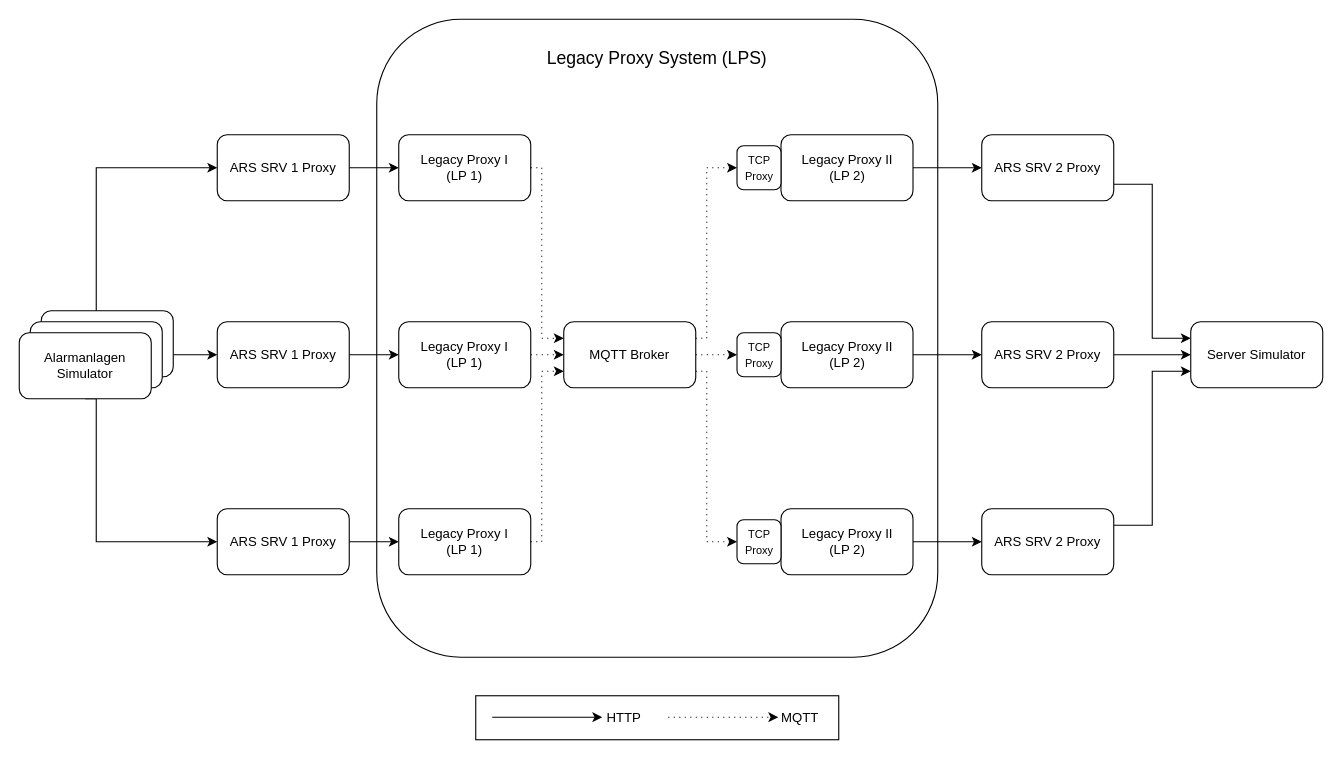
Earlier version of the draw.io diagram drawio/exp_lps.drawio (JadKHaddad/MT). Source tidied: cells renumbered, new cells numbered last; positions are measured from the earlier drawing's top-left corner, leaving out a move shared by most shapes. Both pictures are drawn from the tidied source at 110%, with x=0, y=0 at pixel (19, 19).
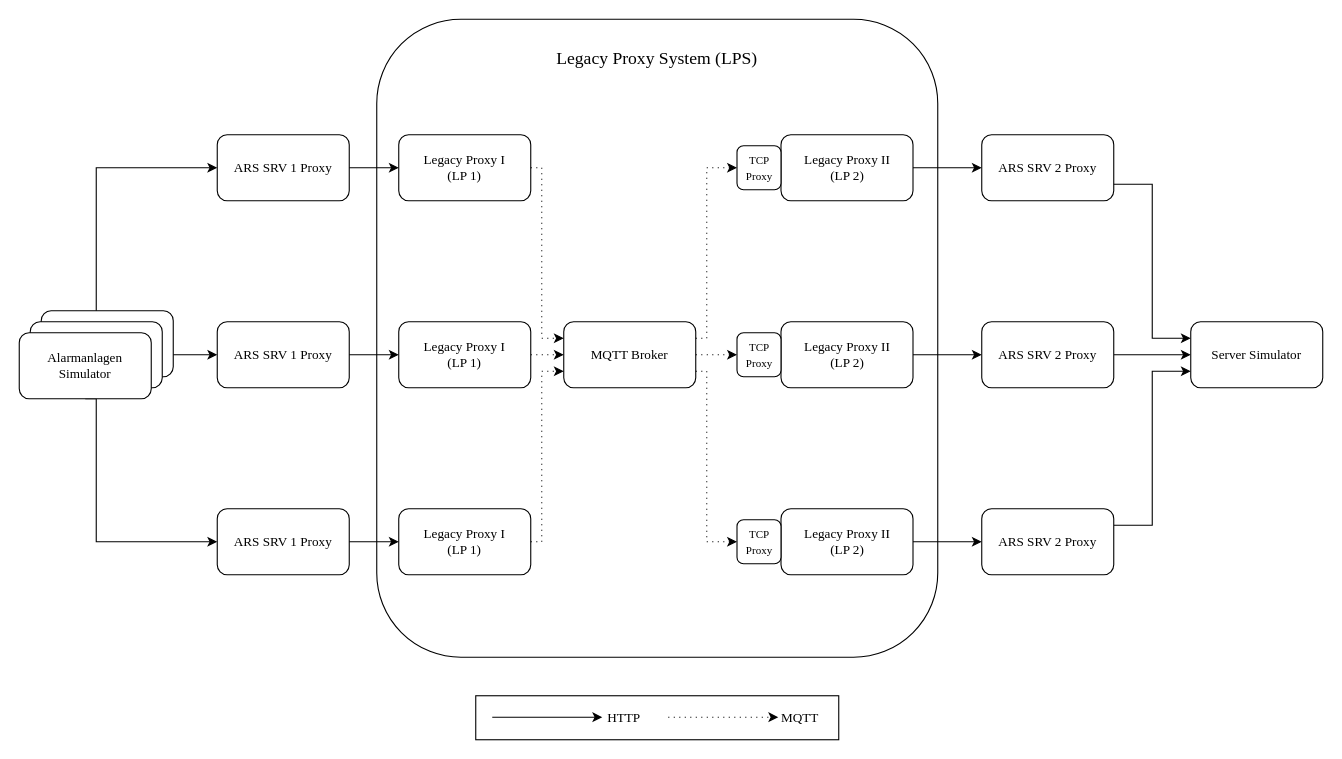
The same page after the edit.

Diff of the diagram source:
```diff
@@
-    <mxCell id="2" style="edgeStyle=orthogonalEdgeStyle;rounded=0;jettySize=auto;html=1;exitX=1;exitY=0.5;exitDx=0;exitDy=0;entryX=0;entryY=0.5;entryDx=0;entryDy=0;" parent="1" edge="1" source="6" target="14">
+    <mxCell id="2" style="edgeStyle=orthogonalEdgeStyle;rounded=0;jettySize=auto;html=1;exitX=1;exitY=0.5;exitDx=0;exitDy=0;entryX=0;entryY=0.5;entryDx=0;entryDy=0;fontFamily=Times New Roman;" parent="1" edge="1" source="6" target="14">
       <mxGeometry relative="1" as="geometry" />
     </mxCell>
-    <mxCell id="3" style="edgeStyle=orthogonalEdgeStyle;rounded=0;jettySize=auto;html=1;exitX=0.5;exitY=0;exitDx=0;exitDy=0;entryX=0;entryY=0.5;entryDx=0;entryDy=0;" parent="1" edge="1" source="6" target="8">
+    <mxCell id="3" style="edgeStyle=orthogonalEdgeStyle;rounded=0;jettySize=auto;html=1;exitX=0.5;exitY=0;exitDx=0;exitDy=0;entryX=0;entryY=0.5;entryDx=0;entryDy=0;fontFamily=Times New Roman;" parent="1" edge="1" source="6" target="8">
       <mxGeometry relative="1" as="geometry" />
     </mxCell>
-    <mxCell id="4" style="rounded=1;whiteSpace=wrap;html=1;" parent="1" vertex="1">
+    <mxCell id="4" style="rounded=1;whiteSpace=wrap;html=1;fontFamily=Times New Roman;" parent="1" vertex="1">
       <mxGeometry x="20" y="265" width="120" height="60" as="geometry" />
     </mxCell>
-    <mxCell id="5" style="edgeStyle=orthogonalEdgeStyle;rounded=0;jettySize=auto;html=1;entryX=0;entryY=0.5;entryDx=0;entryDy=0;exitX=0.5;exitY=1;exitDx=0;exitDy=0;" parent="1" edge="1" source="7" target="12">
+    <mxCell id="5" style="edgeStyle=orthogonalEdgeStyle;rounded=0;jettySize=auto;html=1;entryX=0;entryY=0.5;entryDx=0;entryDy=0;exitX=0.5;exitY=1;exitDx=0;exitDy=0;fontFamily=Times New Roman;" parent="1" edge="1" source="7" target="12">
       <mxGeometry relative="1" as="geometry">
         <Array as="points">
           <mxPoint x="70" y="345" />
           <mxPoint x="70" y="475" />
         </Array>
       </mxGeometry>
     </mxCell>
-    <mxCell id="6" style="rounded=1;whiteSpace=wrap;html=1;" parent="1" vertex="1">
+    <mxCell id="6" style="rounded=1;whiteSpace=wrap;html=1;fontFamily=Times New Roman;" parent="1" vertex="1">
       <mxGeometry x="10" y="275" width="120" height="60" as="geometry" />
     </mxCell>
-    <mxCell id="7" value="Alarmanlagen&lt;div&gt;Simulator&lt;/div&gt;" style="rounded=1;whiteSpace=wrap;html=1;" parent="1" vertex="1">
+    <mxCell id="7" value="Alarmanlagen&lt;div&gt;Simulator&lt;/div&gt;" style="rounded=1;whiteSpace=wrap;html=1;fontFamily=Times New Roman;" parent="1" vertex="1">
       <mxGeometry y="285" width="120" height="60" as="geometry" />
     </mxCell>
-    <mxCell id="8" value="ARS SRV 1 Proxy" style="rounded=1;whiteSpace=wrap;html=1;" parent="1" vertex="1">
+    <mxCell id="8" value="ARS SRV 1 Proxy" style="rounded=1;whiteSpace=wrap;html=1;fontFamily=Times New Roman;" parent="1" vertex="1">
       <mxGeometry x="180" y="105" width="120" height="60" as="geometry" />
     </mxCell>
-    <mxCell id="9" value="ARS SRV 2 Proxy" style="rounded=1;whiteSpace=wrap;html=1;" parent="1" vertex="1">
+    <mxCell id="9" value="ARS SRV 2 Proxy" style="rounded=1;whiteSpace=wrap;html=1;fontFamily=Times New Roman;" parent="1" vertex="1">
       <mxGeometry x="875" y="105" width="120" height="60" as="geometry" />
     </mxCell>
-    <mxCell id="10" style="edgeStyle=orthogonalEdgeStyle;rounded=0;jettySize=auto;html=1;exitX=1;exitY=0.75;exitDx=0;exitDy=0;entryX=0;entryY=0.25;entryDx=0;entryDy=0;" parent="1" edge="1" source="9" target="17">
+    <mxCell id="10" style="edgeStyle=orthogonalEdgeStyle;rounded=0;jettySize=auto;html=1;exitX=1;exitY=0.75;exitDx=0;exitDy=0;entryX=0;entryY=0.25;entryDx=0;entryDy=0;fontFamily=Times New Roman;" parent="1" edge="1" source="9" target="17">
       <mxGeometry relative="1" as="geometry" />
     </mxCell>
-    <mxCell id="11" style="edgeStyle=orthogonalEdgeStyle;rounded=0;jettySize=auto;html=1;exitX=1;exitY=0.25;exitDx=0;exitDy=0;entryX=0;entryY=0.75;entryDx=0;entryDy=0;" parent="1" edge="1" source="13" target="17">
+    <mxCell id="11" style="edgeStyle=orthogonalEdgeStyle;rounded=0;jettySize=auto;html=1;exitX=1;exitY=0.25;exitDx=0;exitDy=0;entryX=0;entryY=0.75;entryDx=0;entryDy=0;fontFamily=Times New Roman;" parent="1" edge="1" source="13" target="17">
       <mxGeometry relative="1" as="geometry" />
     </mxCell>
-    <mxCell id="12" value="ARS SRV 1 Proxy" style="rounded=1;whiteSpace=wrap;html=1;" parent="1" vertex="1">
+    <mxCell id="12" value="ARS SRV 1 Proxy" style="rounded=1;whiteSpace=wrap;html=1;fontFamily=Times New Roman;" parent="1" vertex="1">
       <mxGeometry x="180" y="445" width="120" height="60" as="geometry" />
     </mxCell>
-    <mxCell id="13" value="ARS SRV 2 Proxy" style="rounded=1;whiteSpace=wrap;html=1;" parent="1" vertex="1">
+    <mxCell id="13" value="ARS SRV 2 Proxy" style="rounded=1;whiteSpace=wrap;html=1;fontFamily=Times New Roman;" parent="1" vertex="1">
       <mxGeometry x="875" y="445" width="120" height="60" as="geometry" />
     </mxCell>
-    <mxCell id="14" value="ARS SRV 1 Proxy" style="rounded=1;whiteSpace=wrap;html=1;" parent="1" vertex="1">
+    <mxCell id="14" value="ARS SRV 1 Proxy" style="rounded=1;whiteSpace=wrap;html=1;fontFamily=Times New Roman;" parent="1" vertex="1">
       <mxGeometry x="180" y="275" width="120" height="60" as="geometry" />
     </mxCell>
-    <mxCell id="15" style="edgeStyle=orthogonalEdgeStyle;rounded=0;jettySize=auto;html=1;exitX=1;exitY=0.5;exitDx=0;exitDy=0;entryX=0;entryY=0.5;entryDx=0;entryDy=0;" parent="1" edge="1" source="16" target="17">
+    <mxCell id="15" style="edgeStyle=orthogonalEdgeStyle;rounded=0;jettySize=auto;html=1;exitX=1;exitY=0.5;exitDx=0;exitDy=0;entryX=0;entryY=0.5;entryDx=0;entryDy=0;fontFamily=Times New Roman;" parent="1" edge="1" source="16" target="17">
       <mxGeometry relative="1" as="geometry" />
     </mxCell>
-    <mxCell id="16" value="ARS SRV 2 Proxy" style="rounded=1;whiteSpace=wrap;html=1;" parent="1" vertex="1">
+    <mxCell id="16" value="ARS SRV 2 Proxy" style="rounded=1;whiteSpace=wrap;html=1;fontFamily=Times New Roman;" parent="1" vertex="1">
       <mxGeometry x="875" y="275" width="120" height="60" as="geometry" />
     </mxCell>
-    <mxCell id="17" value="Server Simulator" style="rounded=1;whiteSpace=wrap;html=1;textShadow=0;" parent="1" vertex="1">
+    <mxCell id="17" value="Server Simulator" style="rounded=1;whiteSpace=wrap;html=1;textShadow=0;fontFamily=Times New Roman;" parent="1" vertex="1">
       <mxGeometry x="1065" y="275" width="120" height="60" as="geometry" />
     </mxCell>
-    <mxCell id="18" style="rounded=0;whiteSpace=wrap;html=1;" parent="1" vertex="1">
+    <mxCell id="18" style="rounded=0;whiteSpace=wrap;html=1;fontFamily=Times New Roman;" parent="1" vertex="1">
       <mxGeometry x="415" y="615" width="330" height="40" as="geometry" />
     </mxCell>
-    <mxCell id="19" style="endArrow=classic;html=1;rounded=0;" parent="1" edge="1">
+    <mxCell id="19" style="endArrow=classic;html=1;rounded=0;fontFamily=Times New Roman;" parent="1" edge="1">
       <mxGeometry relative="1" as="geometry">
         <mxPoint x="430" y="634.5" as="sourcePoint" />
         <mxPoint x="530" y="634.5" as="targetPoint" />
       </mxGeometry>
     </mxCell>
-    <mxCell id="20" value="HTTP" style="text;html=1;whiteSpace=wrap;strokeColor=none;fillColor=none;align=center;verticalAlign=middle;rounded=0;" parent="1" vertex="1">
+    <mxCell id="20" value="HTTP" style="text;html=1;whiteSpace=wrap;strokeColor=none;fillColor=none;align=center;verticalAlign=middle;rounded=0;fontFamily=Times New Roman;" parent="1" vertex="1">
       <mxGeometry x="520" y="620" width="60" height="30" as="geometry" />
     </mxCell>
-    <mxCell id="21" style="endArrow=classic;html=1;rounded=0;dashed=1;dashPattern=1 4;" parent="1" edge="1">
+    <mxCell id="21" style="endArrow=classic;html=1;rounded=0;dashed=1;dashPattern=1 4;fontFamily=Times New Roman;" parent="1" edge="1">
       <mxGeometry relative="1" as="geometry">
         <mxPoint x="590" y="634.5" as="sourcePoint" />
         <mxPoint x="690" y="634.5" as="targetPoint" />
       </mxGeometry>
     </mxCell>
-    <mxCell id="22" value="MQTT" style="text;html=1;whiteSpace=wrap;strokeColor=none;fillColor=none;align=center;verticalAlign=middle;rounded=0;" parent="1" vertex="1">
+    <mxCell id="22" value="MQTT" style="text;html=1;whiteSpace=wrap;strokeColor=none;fillColor=none;align=center;verticalAlign=middle;rounded=0;fontFamily=Times New Roman;" parent="1" vertex="1">
       <mxGeometry x="680" y="620" width="60" height="30" as="geometry" />
     </mxCell>
-    <mxCell id="23" style="rounded=1;whiteSpace=wrap;html=1;" parent="1" vertex="1">
+    <mxCell id="23" style="rounded=1;whiteSpace=wrap;html=1;fontFamily=Times New Roman;" parent="1" vertex="1">
       <mxGeometry x="325" width="510" height="580" as="geometry" />
     </mxCell>
-    <mxCell id="24" value="Legacy Proxy I&lt;div&gt;(LP 1)&lt;/div&gt;" style="rounded=1;whiteSpace=wrap;html=1;" parent="1" vertex="1">
+    <mxCell id="24" value="Legacy Proxy I&lt;div&gt;(LP 1)&lt;/div&gt;" style="rounded=1;whiteSpace=wrap;html=1;fontFamily=Times New Roman;" parent="1" vertex="1">
       <mxGeometry x="345" y="105" width="120" height="60" as="geometry" />
     </mxCell>
-    <mxCell id="25" style="edgeStyle=orthogonalEdgeStyle;rounded=0;jettySize=auto;html=1;" parent="1" edge="1" source="26" target="9">
+    <mxCell id="25" style="edgeStyle=orthogonalEdgeStyle;rounded=0;jettySize=auto;html=1;fontFamily=Times New Roman;" parent="1" edge="1" source="26" target="9">
       <mxGeometry relative="1" as="geometry" />
     </mxCell>
-    <mxCell id="26" value="Legacy Proxy II&lt;div&gt;(LP 2)&lt;/div&gt;" style="rounded=1;whiteSpace=wrap;html=1;" parent="1" vertex="1">
+    <mxCell id="26" value="Legacy Proxy II&lt;div&gt;(LP 2)&lt;/div&gt;" style="rounded=1;whiteSpace=wrap;html=1;fontFamily=Times New Roman;" parent="1" vertex="1">
       <mxGeometry x="692.5" y="105" width="120" height="60" as="geometry" />
     </mxCell>
-    <mxCell id="27" value="MQTT Broker" style="rounded=1;whiteSpace=wrap;html=1;" parent="1" vertex="1">
+    <mxCell id="27" value="MQTT Broker" style="rounded=1;whiteSpace=wrap;html=1;fontFamily=Times New Roman;" parent="1" vertex="1">
       <mxGeometry x="495" y="275" width="120" height="60" as="geometry" />
     </mxCell>
-    <mxCell id="28" style="edgeStyle=orthogonalEdgeStyle;rounded=0;jettySize=auto;html=1;exitX=1;exitY=0.5;exitDx=0;exitDy=0;entryX=0;entryY=0.5;entryDx=0;entryDy=0;dashed=1;dashPattern=1 4;" parent="1" edge="1" source="33" target="27">
+    <mxCell id="28" style="edgeStyle=orthogonalEdgeStyle;rounded=0;jettySize=auto;html=1;exitX=1;exitY=0.5;exitDx=0;exitDy=0;entryX=0;entryY=0.5;entryDx=0;entryDy=0;dashed=1;dashPattern=1 4;fontFamily=Times New Roman;" parent="1" edge="1" source="33" target="27">
       <mxGeometry relative="1" as="geometry" />
     </mxCell>
-    <mxCell id="29" style="edgeStyle=orthogonalEdgeStyle;rounded=0;jettySize=auto;html=1;entryX=0;entryY=0.5;entryDx=0;entryDy=0;" parent="1" edge="1" source="30" target="16">
+    <mxCell id="29" style="edgeStyle=orthogonalEdgeStyle;rounded=0;jettySize=auto;html=1;entryX=0;entryY=0.5;entryDx=0;entryDy=0;fontFamily=Times New Roman;" parent="1" edge="1" source="30" target="16">
       <mxGeometry relative="1" as="geometry" />
     </mxCell>
-    <mxCell id="30" value="Legacy Proxy II&lt;div&gt;(LP 2)&lt;/div&gt;" style="rounded=1;whiteSpace=wrap;html=1;" parent="1" vertex="1">
+    <mxCell id="30" value="Legacy Proxy II&lt;div&gt;(LP 2)&lt;/div&gt;" style="rounded=1;whiteSpace=wrap;html=1;fontFamily=Times New Roman;" parent="1" vertex="1">
       <mxGeometry x="692.5" y="275" width="120" height="60" as="geometry" />
     </mxCell>
-    <mxCell id="31" style="edgeStyle=orthogonalEdgeStyle;rounded=0;jettySize=auto;html=1;" parent="1" edge="1" source="32" target="13">
+    <mxCell id="31" style="edgeStyle=orthogonalEdgeStyle;rounded=0;jettySize=auto;html=1;fontFamily=Times New Roman;" parent="1" edge="1" source="32" target="13">
       <mxGeometry relative="1" as="geometry" />
     </mxCell>
-    <mxCell id="32" value="Legacy Proxy II&lt;div&gt;(LP 2)&lt;/div&gt;" style="rounded=1;whiteSpace=wrap;html=1;" parent="1" vertex="1">
+    <mxCell id="32" value="Legacy Proxy II&lt;div&gt;(LP 2)&lt;/div&gt;" style="rounded=1;whiteSpace=wrap;html=1;fontFamily=Times New Roman;" parent="1" vertex="1">
       <mxGeometry x="692.5" y="445" width="120" height="60" as="geometry" />
     </mxCell>
-    <mxCell id="33" value="Legacy Proxy I&lt;div&gt;(LP 1)&lt;/div&gt;" style="rounded=1;whiteSpace=wrap;html=1;" parent="1" vertex="1">
+    <mxCell id="33" value="Legacy Proxy I&lt;div&gt;(LP 1)&lt;/div&gt;" style="rounded=1;whiteSpace=wrap;html=1;fontFamily=Times New Roman;" parent="1" vertex="1">
       <mxGeometry x="345" y="275" width="120" height="60" as="geometry" />
     </mxCell>
-    <mxCell id="34" value="Legacy Proxy I&lt;div&gt;(LP 1)&lt;/div&gt;" style="rounded=1;whiteSpace=wrap;html=1;" parent="1" vertex="1">
+    <mxCell id="34" value="Legacy Proxy I&lt;div&gt;(LP 1)&lt;/div&gt;" style="rounded=1;whiteSpace=wrap;html=1;fontFamily=Times New Roman;" parent="1" vertex="1">
       <mxGeometry x="345" y="445" width="120" height="60" as="geometry" />
     </mxCell>
-    <mxCell id="35" value="Legacy Proxy System (LPS)" style="text;html=1;whiteSpace=wrap;strokeColor=none;fillColor=none;align=center;verticalAlign=middle;rounded=0;fontSize=16;" parent="1" vertex="1">
+    <mxCell id="35" value="Legacy Proxy System (LPS)" style="text;html=1;whiteSpace=wrap;strokeColor=none;fillColor=none;align=center;verticalAlign=middle;rounded=0;fontSize=16;fontFamily=Times New Roman;" parent="1" vertex="1">
       <mxGeometry x="470" y="20" width="220" height="30" as="geometry" />
     </mxCell>
-    <mxCell id="36" style="edgeStyle=orthogonalEdgeStyle;rounded=0;jettySize=auto;html=1;exitX=1;exitY=0.5;exitDx=0;exitDy=0;entryX=0;entryY=0.5;entryDx=0;entryDy=0;dashed=1;dashPattern=1 4;" parent="1" edge="1" source="27" target="42">
+    <mxCell id="36" style="edgeStyle=orthogonalEdgeStyle;rounded=0;jettySize=auto;html=1;exitX=1;exitY=0.5;exitDx=0;exitDy=0;entryX=0;entryY=0.5;entryDx=0;entryDy=0;dashed=1;dashPattern=1 4;fontFamily=Times New Roman;" parent="1" edge="1" source="27" target="42">
       <mxGeometry relative="1" as="geometry" />
     </mxCell>
-    <mxCell id="37" style="edgeStyle=orthogonalEdgeStyle;rounded=0;jettySize=auto;html=1;exitX=1;exitY=0.75;exitDx=0;exitDy=0;entryX=0;entryY=0.5;entryDx=0;entryDy=0;dashed=1;dashPattern=1 4;" parent="1" edge="1" source="27" target="43">
+    <mxCell id="37" style="edgeStyle=orthogonalEdgeStyle;rounded=0;jettySize=auto;html=1;exitX=1;exitY=0.75;exitDx=0;exitDy=0;entryX=0;entryY=0.5;entryDx=0;entryDy=0;dashed=1;dashPattern=1 4;fontFamily=Times New Roman;" parent="1" edge="1" source="27" target="43">
       <mxGeometry relative="1" as="geometry">
         <Array as="points">
           <mxPoint x="625" y="320" />
           <mxPoint x="625" y="475" />
         </Array>
       </mxGeometry>
     </mxCell>
-    <mxCell id="38" style="edgeStyle=orthogonalEdgeStyle;rounded=0;jettySize=auto;html=1;exitX=1;exitY=0.25;exitDx=0;exitDy=0;entryX=0;entryY=0.5;entryDx=0;entryDy=0;dashed=1;dashPattern=1 4;" parent="1" edge="1" source="27" target="41">
+    <mxCell id="38" style="edgeStyle=orthogonalEdgeStyle;rounded=0;jettySize=auto;html=1;exitX=1;exitY=0.25;exitDx=0;exitDy=0;entryX=0;entryY=0.5;entryDx=0;entryDy=0;dashed=1;dashPattern=1 4;fontFamily=Times New Roman;" parent="1" edge="1" source="27" target="41">
       <mxGeometry relative="1" as="geometry">
         <Array as="points">
           <mxPoint x="625" y="290" />
           <mxPoint x="625" y="135" />
         </Array>
       </mxGeometry>
     </mxCell>
-    <mxCell id="39" style="edgeStyle=orthogonalEdgeStyle;rounded=0;jettySize=auto;html=1;exitX=1;exitY=0.5;exitDx=0;exitDy=0;entryX=0;entryY=0.25;entryDx=0;entryDy=0;dashed=1;dashPattern=1 4;" parent="1" edge="1" source="24" target="27">
+    <mxCell id="39" style="edgeStyle=orthogonalEdgeStyle;rounded=0;jettySize=auto;html=1;exitX=1;exitY=0.5;exitDx=0;exitDy=0;entryX=0;entryY=0.25;entryDx=0;entryDy=0;dashed=1;dashPattern=1 4;fontFamily=Times New Roman;" parent="1" edge="1" source="24" target="27">
       <mxGeometry relative="1" as="geometry">
         <Array as="points">
           <mxPoint x="475" y="135" />
           <mxPoint x="475" y="290" />
         </Array>
       </mxGeometry>
     </mxCell>
-    <mxCell id="40" style="edgeStyle=orthogonalEdgeStyle;rounded=0;jettySize=auto;html=1;exitX=1;exitY=0.5;exitDx=0;exitDy=0;entryX=0;entryY=0.75;entryDx=0;entryDy=0;dashed=1;dashPattern=1 4;" parent="1" edge="1" source="34" target="27">
+    <mxCell id="40" style="edgeStyle=orthogonalEdgeStyle;rounded=0;jettySize=auto;html=1;exitX=1;exitY=0.5;exitDx=0;exitDy=0;entryX=0;entryY=0.75;entryDx=0;entryDy=0;dashed=1;dashPattern=1 4;fontFamily=Times New Roman;" parent="1" edge="1" source="34" target="27">
       <mxGeometry relative="1" as="geometry">
         <Array as="points">
           <mxPoint x="475" y="475" />
           <mxPoint x="475" y="320" />
         </Array>
       </mxGeometry>
     </mxCell>
-    <mxCell id="41" value="&lt;span style=&quot;font-size: 10px;&quot;&gt;TCP Proxy&lt;/span&gt;" style="rounded=1;whiteSpace=wrap;html=1;" parent="1" vertex="1">
+    <mxCell id="41" value="&lt;span style=&quot;font-size: 10px;&quot;&gt;TCP Proxy&lt;/span&gt;" style="rounded=1;whiteSpace=wrap;html=1;fontFamily=Times New Roman;" parent="1" vertex="1">
       <mxGeometry x="652.5" y="115" width="40" height="40" as="geometry" />
     </mxCell>
-    <mxCell id="42" value="&lt;span style=&quot;font-size: 10px;&quot;&gt;TCP Proxy&lt;/span&gt;" style="rounded=1;whiteSpace=wrap;html=1;" parent="1" vertex="1">
+    <mxCell id="42" value="&lt;span style=&quot;font-size: 10px;&quot;&gt;TCP Proxy&lt;/span&gt;" style="rounded=1;whiteSpace=wrap;html=1;fontFamily=Times New Roman;" parent="1" vertex="1">
       <mxGeometry x="652.5" y="285" width="40" height="40" as="geometry" />
     </mxCell>
-    <mxCell id="43" value="&lt;span style=&quot;font-size: 10px;&quot;&gt;TCP Proxy&lt;/span&gt;" style="rounded=1;whiteSpace=wrap;html=1;" parent="1" vertex="1">
+    <mxCell id="43" value="&lt;span style=&quot;font-size: 10px;&quot;&gt;TCP Proxy&lt;/span&gt;" style="rounded=1;whiteSpace=wrap;html=1;fontFamily=Times New Roman;" parent="1" vertex="1">
       <mxGeometry x="652.5" y="455" width="40" height="40" as="geometry" />
     </mxCell>
-    <mxCell id="44" style="edgeStyle=orthogonalEdgeStyle;rounded=0;jettySize=auto;html=1;" parent="1" edge="1" source="14" target="33">
+    <mxCell id="44" style="edgeStyle=orthogonalEdgeStyle;rounded=0;jettySize=auto;html=1;fontFamily=Times New Roman;" parent="1" edge="1" source="14" target="33">
       <mxGeometry relative="1" as="geometry" />
     </mxCell>
-    <mxCell id="45" style="edgeStyle=orthogonalEdgeStyle;rounded=0;jettySize=auto;html=1;entryX=0;entryY=0.5;entryDx=0;entryDy=0;" parent="1" edge="1" source="8" target="24">
+    <mxCell id="45" style="edgeStyle=orthogonalEdgeStyle;rounded=0;jettySize=auto;html=1;entryX=0;entryY=0.5;entryDx=0;entryDy=0;fontFamily=Times New Roman;" parent="1" edge="1" source="8" target="24">
       <mxGeometry relative="1" as="geometry" />
     </mxCell>
-    <mxCell id="46" style="edgeStyle=orthogonalEdgeStyle;rounded=0;jettySize=auto;html=1;entryX=0;entryY=0.5;entryDx=0;entryDy=0;" parent="1" edge="1" source="12" target="34">
+    <mxCell id="46" style="edgeStyle=orthogonalEdgeStyle;rounded=0;jettySize=auto;html=1;entryX=0;entryY=0.5;entryDx=0;entryDy=0;fontFamily=Times New Roman;" parent="1" edge="1" source="12" target="34">
       <mxGeometry relative="1" as="geometry" />
     </mxCell>
```
